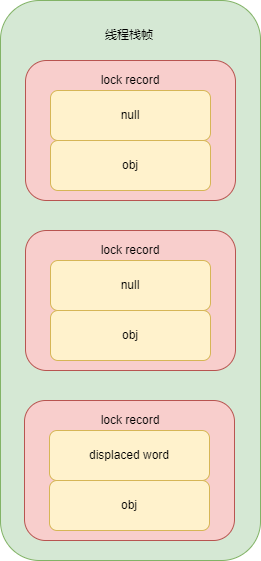
This is 多线程与高并发/synchronized - 轻量级锁重入.png from LePeitiPrince/note-picture, a draw.io export, as it was before one commit. Source tidied: cells renumbered, new cells last; positions are measured from the earlier drawing's top-left corner, leaving out a move shared by most shapes. Its diagram source:
```xml
<mxGraphModel>
  <root>
    <mxCell id="0" />
    <mxCell id="1" parent="0" />
    <mxCell id="2" style="rounded=1;whiteSpace=wrap;html=1;fillColor=#d5e8d4;strokeColor=#82b366;" parent="1" vertex="1">
      <mxGeometry width="260" height="560" as="geometry" />
    </mxCell>
    <mxCell id="3" style="rounded=1;whiteSpace=wrap;html=1;fillColor=#f8cecc;strokeColor=#b85450;" parent="1" vertex="1">
      <mxGeometry x="25" y="60" width="210" height="140" as="geometry" />
    </mxCell>
    <mxCell id="4" value="null" style="rounded=1;whiteSpace=wrap;html=1;fillColor=#fff2cc;strokeColor=#d6b656;" parent="1" vertex="1">
      <mxGeometry x="50" y="90" width="160" height="50" as="geometry" />
    </mxCell>
    <mxCell id="5" value="obj" style="rounded=1;whiteSpace=wrap;html=1;fillColor=#fff2cc;strokeColor=#d6b656;" parent="1" vertex="1">
      <mxGeometry x="50" y="140" width="160" height="50" as="geometry" />
    </mxCell>
    <mxCell id="6" style="rounded=1;whiteSpace=wrap;html=1;fillColor=#f8cecc;strokeColor=#b85450;" parent="1" vertex="1">
      <mxGeometry x="25" y="230" width="210" height="140" as="geometry" />
    </mxCell>
    <mxCell id="7" value="null" style="rounded=1;whiteSpace=wrap;html=1;fillColor=#fff2cc;strokeColor=#d6b656;" parent="1" vertex="1">
      <mxGeometry x="50" y="260" width="160" height="50" as="geometry" />
    </mxCell>
    <mxCell id="8" value="obj" style="rounded=1;whiteSpace=wrap;html=1;fillColor=#fff2cc;strokeColor=#d6b656;" parent="1" vertex="1">
      <mxGeometry x="50" y="310" width="160" height="50" as="geometry" />
    </mxCell>
    <mxCell id="9" style="rounded=1;whiteSpace=wrap;html=1;fillColor=#f8cecc;strokeColor=#b85450;" parent="1" vertex="1">
      <mxGeometry x="24" y="400" width="210" height="140" as="geometry" />
    </mxCell>
    <mxCell id="10" value="displaced word" style="rounded=1;whiteSpace=wrap;html=1;fillColor=#fff2cc;strokeColor=#d6b656;" parent="1" vertex="1">
      <mxGeometry x="49" y="430" width="160" height="50" as="geometry" />
    </mxCell>
    <mxCell id="11" value="obj" style="rounded=1;whiteSpace=wrap;html=1;fillColor=#fff2cc;strokeColor=#d6b656;" parent="1" vertex="1">
      <mxGeometry x="49" y="480" width="160" height="50" as="geometry" />
    </mxCell>
    <mxCell id="12" value="线程栈帧" style="text;html=1;strokeColor=none;fillColor=none;align=center;verticalAlign=middle;whiteSpace=wrap;rounded=0;" parent="1" vertex="1">
      <mxGeometry x="99" y="20" width="60" height="30" as="geometry" />
    </mxCell>
    <mxCell id="13" value="lock record" style="text;html=1;strokeColor=none;fillColor=none;align=center;verticalAlign=middle;whiteSpace=wrap;rounded=0;" parent="1" vertex="1">
      <mxGeometry x="85" y="70" width="90" height="20" as="geometry" />
    </mxCell>
    <mxCell id="14" value="lock record" style="text;html=1;strokeColor=none;fillColor=none;align=center;verticalAlign=middle;whiteSpace=wrap;rounded=0;" parent="1" vertex="1">
      <mxGeometry x="85" y="240" width="90" height="20" as="geometry" />
    </mxCell>
    <mxCell id="15" value="lock record" style="text;html=1;strokeColor=none;fillColor=none;align=center;verticalAlign=middle;whiteSpace=wrap;rounded=0;" parent="1" vertex="1">
      <mxGeometry x="85" y="410" width="90" height="20" as="geometry" />
    </mxCell>
  </root>
</mxGraphModel>
```
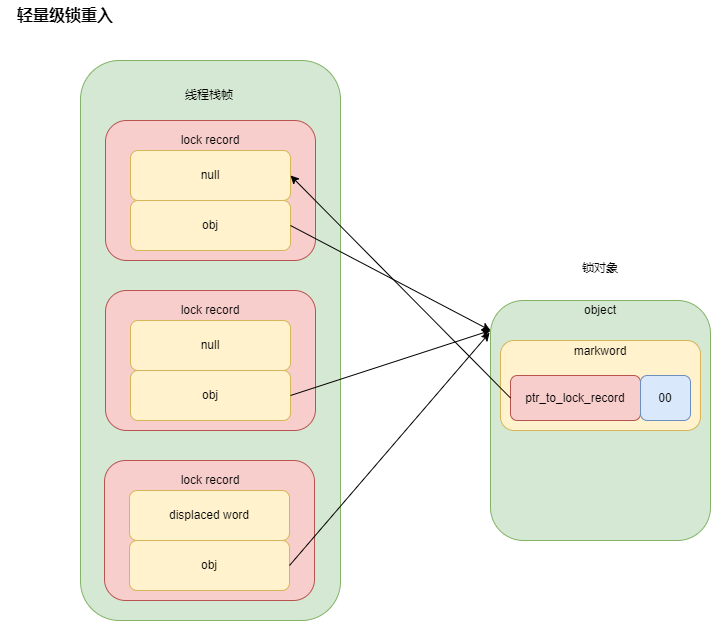
After the commit.

Commit message:
Update synchronized - 轻量级锁重入.png

What changed in the source:
```diff
@@ -44,5 +44,45 @@
     <mxCell id="15" value="lock record" style="text;html=1;strokeColor=none;fillColor=none;align=center;verticalAlign=middle;whiteSpace=wrap;rounded=0;" parent="1" vertex="1">
       <mxGeometry x="85" y="410" width="90" height="20" as="geometry" />
     </mxCell>
+    <mxCell id="16" style="rounded=1;whiteSpace=wrap;html=1;fontSize=11;fillColor=#d5e8d4;strokeColor=#82b366;" parent="1" vertex="1">
+      <mxGeometry x="410" y="240" width="220" height="240" as="geometry" />
+    </mxCell>
+    <mxCell id="17" style="rounded=1;whiteSpace=wrap;html=1;fontSize=11;fillColor=#fff2cc;strokeColor=#d6b656;" parent="1" vertex="1">
+      <mxGeometry x="420" y="280" width="200" height="90" as="geometry" />
+    </mxCell>
+    <mxCell id="18" value="ptr_to_lock_record" style="rounded=1;whiteSpace=wrap;html=1;fontSize=11;fillColor=#f8cecc;strokeColor=#b85450;" parent="1" vertex="1">
+      <mxGeometry x="430" y="315" width="130" height="45" as="geometry" />
+    </mxCell>
+    <mxCell id="19" value="00" style="rounded=1;whiteSpace=wrap;html=1;fontSize=11;fillColor=#dae8fc;strokeColor=#6c8ebf;" parent="1" vertex="1">
+      <mxGeometry x="560" y="315" width="50" height="45" as="geometry" />
+    </mxCell>
+    <mxCell id="20" value="markword" style="text;html=1;strokeColor=none;fillColor=none;align=center;verticalAlign=middle;whiteSpace=wrap;rounded=0;fontSize=11;" parent="1" vertex="1">
+      <mxGeometry x="490" y="276" width="60" height="30" as="geometry" />
+    </mxCell>
+    <mxCell id="21" value="object" style="text;html=1;strokeColor=none;fillColor=none;align=center;verticalAlign=middle;whiteSpace=wrap;rounded=0;fontSize=11;" parent="1" vertex="1">
+      <mxGeometry x="490" y="235" width="60" height="30" as="geometry" />
+    </mxCell>
+    <mxCell id="22" value="锁对象" style="text;html=1;strokeColor=none;fillColor=none;align=center;verticalAlign=middle;whiteSpace=wrap;rounded=0;fontSize=11;" parent="1" vertex="1">
+      <mxGeometry x="490" y="193" width="60" height="30" as="geometry" />
+    </mxCell>
+    <mxCell id="23" style="endArrow=classic;html=1;rounded=0;fontSize=11;exitX=0;exitY=0.5;exitDx=0;exitDy=0;entryX=1;entryY=0.5;entryDx=0;entryDy=0;" parent="1" edge="1" source="18" target="4">
+      <mxGeometry relative="1" as="geometry" />
+    </mxCell>
+    <mxCell id="24" style="endArrow=classic;html=1;rounded=0;fontSize=11;entryX=-0.004;entryY=0.134;entryDx=0;entryDy=0;entryPerimeter=0;exitX=1;exitY=0.5;exitDx=0;exitDy=0;" parent="1" edge="1" source="11" target="16">
+      <mxGeometry relative="1" as="geometry" />
+    </mxCell>
+    <mxCell id="25" value="&lt;font style=&quot;font-size: 16px&quot;&gt;&lt;b&gt;轻量级锁重入&lt;/b&gt;&lt;/font&gt;" style="text;html=1;strokeColor=none;fillColor=none;align=center;verticalAlign=middle;whiteSpace=wrap;rounded=0;fontSize=11;" parent="1" vertex="1">
+      <mxGeometry x="-80" y="-60" width="130" height="30" as="geometry" />
+    </mxCell>
+    <mxCell id="26" style="endArrow=classic;html=1;rounded=0;fontSize=16;exitX=1;exitY=0.5;exitDx=0;exitDy=0;" parent="1" edge="1" source="5">
+      <mxGeometry relative="1" as="geometry">
+        <mxPoint x="410" y="270" as="targetPoint" />
+      </mxGeometry>
+    </mxCell>
+    <mxCell id="27" style="endArrow=classic;html=1;rounded=0;fontSize=16;exitX=1;exitY=0.5;exitDx=0;exitDy=0;" parent="1" edge="1" source="8">
+      <mxGeometry relative="1" as="geometry">
+        <mxPoint x="410" y="270" as="targetPoint" />
+      </mxGeometry>
+    </mxCell>
   </root>
 </mxGraphModel>
```
